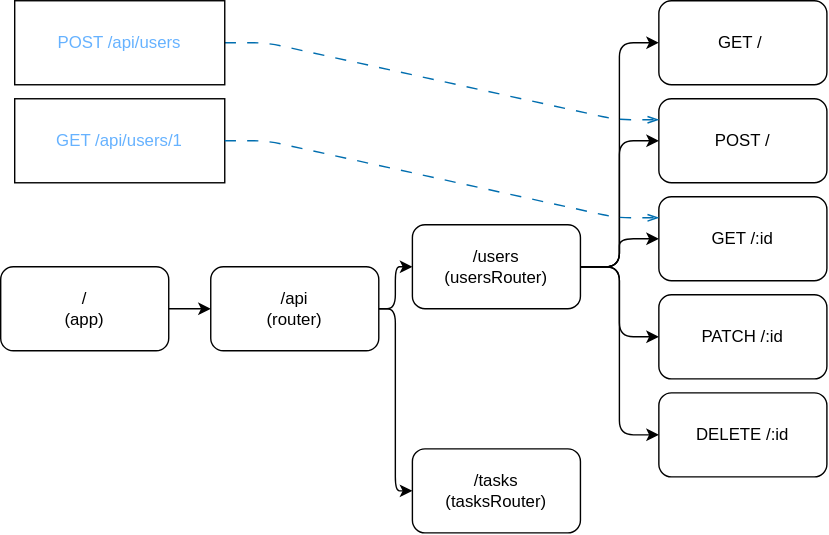
pecourses/pe2024-1-fullstack keeps this draw.io diagram as endpoints.svg. Above is the earlier version. Source tidied: cells renumbered, new cells last; positions are measured from the earlier drawing's top-left corner, leaving out a move shared by most shapes.
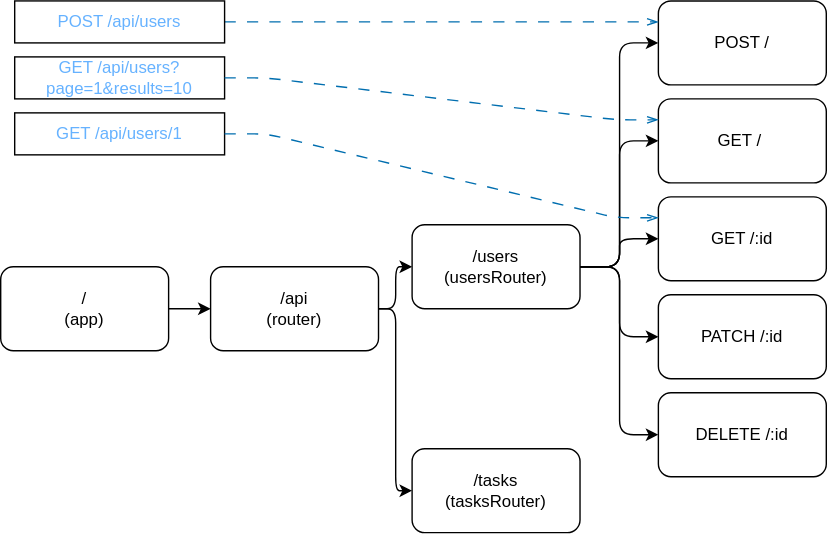
Later version of the same file.

Commit message:
Fix endpoints diagram

Change to the diagram source:
```diff
@@ -17,7 +17,7 @@
     <mxCell id="6" value="/api&lt;br&gt;(router)" style="rounded=1;whiteSpace=wrap;html=1;" parent="1" vertex="1">
       <mxGeometry x="150" y="190" width="120" height="60" as="geometry" />
     </mxCell>
-    <mxCell id="7" style="edgeStyle=elbowEdgeStyle;html=1;exitX=1;exitY=0.5;exitDx=0;exitDy=0;entryX=0;entryY=0.5;entryDx=0;entryDy=0;" parent="1" edge="1" source="12" target="14">
+    <mxCell id="7" style="edgeStyle=elbowEdgeStyle;html=1;exitX=1;exitY=0.5;exitDx=0;exitDy=0;entryX=0;entryY=0.5;entryDx=0;entryDy=0;labelBorderColor=none;" parent="1" edge="1" source="12" target="14">
       <mxGeometry relative="1" as="geometry" />
     </mxCell>
     <mxCell id="8" style="edgeStyle=elbowEdgeStyle;html=1;exitX=1;exitY=0.5;exitDx=0;exitDy=0;entryX=0;entryY=0.5;entryDx=0;entryDy=0;" parent="1" edge="1" source="12" target="16">
@@ -39,19 +39,19 @@
       <mxGeometry x="294" y="320" width="120" height="60" as="geometry" />
     </mxCell>
     <mxCell id="14" value="GET /&amp;nbsp;" style="rounded=1;whiteSpace=wrap;html=1;" parent="1" vertex="1">
-      <mxGeometry x="470" width="120" height="60" as="geometry" />
+      <mxGeometry x="470" y="70" width="120" height="60" as="geometry" />
     </mxCell>
     <mxCell id="15" value="&lt;font color=&quot;#66b2ff&quot;&gt;GET /api/users/1&lt;/font&gt;" style="rounded=0;whiteSpace=wrap;html=1;" parent="1" vertex="1">
-      <mxGeometry x="10" y="70" width="150" height="60" as="geometry" />
+      <mxGeometry x="10" y="80" width="150" height="30" as="geometry" />
     </mxCell>
     <mxCell id="16" value="POST /" style="rounded=1;whiteSpace=wrap;html=1;" parent="1" vertex="1">
-      <mxGeometry x="470" y="70" width="120" height="60" as="geometry" />
+      <mxGeometry x="470" width="120" height="60" as="geometry" />
     </mxCell>
     <mxCell id="17" style="edgeStyle=entityRelationEdgeStyle;html=1;exitX=1;exitY=0.5;exitDx=0;exitDy=0;dashed=1;dashPattern=8 8;entryX=0;entryY=0.25;entryDx=0;entryDy=0;endArrow=openThin;endFill=0;fillColor=#1ba1e2;strokeColor=#006EAF;" parent="1" edge="1" source="18" target="16">
       <mxGeometry relative="1" as="geometry" />
     </mxCell>
     <mxCell id="18" value="POST /api/users" style="rounded=0;whiteSpace=wrap;html=1;fontColor=#66B2FF;" parent="1" vertex="1">
-      <mxGeometry x="10" width="150" height="60" as="geometry" />
+      <mxGeometry x="10" width="150" height="30" as="geometry" />
     </mxCell>
     <mxCell id="19" value="GET /:id" style="rounded=1;whiteSpace=wrap;html=1;" parent="1" vertex="1">
       <mxGeometry x="470" y="140" width="120" height="60" as="geometry" />
@@ -65,5 +65,11 @@
     <mxCell id="22" style="edgeStyle=entityRelationEdgeStyle;html=1;exitX=1;exitY=0.5;exitDx=0;exitDy=0;dashed=1;dashPattern=8 8;entryX=0;entryY=0.25;entryDx=0;entryDy=0;endArrow=openThin;endFill=0;fillColor=#1ba1e2;strokeColor=#006EAF;" parent="1" edge="1" source="15" target="19">
       <mxGeometry relative="1" as="geometry" />
     </mxCell>
+    <mxCell id="23" value="GET /api/users?page=1&amp;amp;results=10" style="rounded=0;whiteSpace=wrap;html=1;fontColor=#66B2FF;" parent="1" vertex="1">
+      <mxGeometry x="10" y="40" width="150" height="30" as="geometry" />
+    </mxCell>
+    <mxCell id="24" style="edgeStyle=entityRelationEdgeStyle;html=1;exitX=1;exitY=0.5;exitDx=0;exitDy=0;dashed=1;dashPattern=8 8;entryX=0;entryY=0.25;entryDx=0;entryDy=0;endArrow=openThin;endFill=0;fillColor=#1ba1e2;strokeColor=#006EAF;" parent="1" edge="1" source="23" target="14">
+      <mxGeometry relative="1" as="geometry" />
+    </mxCell>
   </root>
 </mxGraphModel>
```
